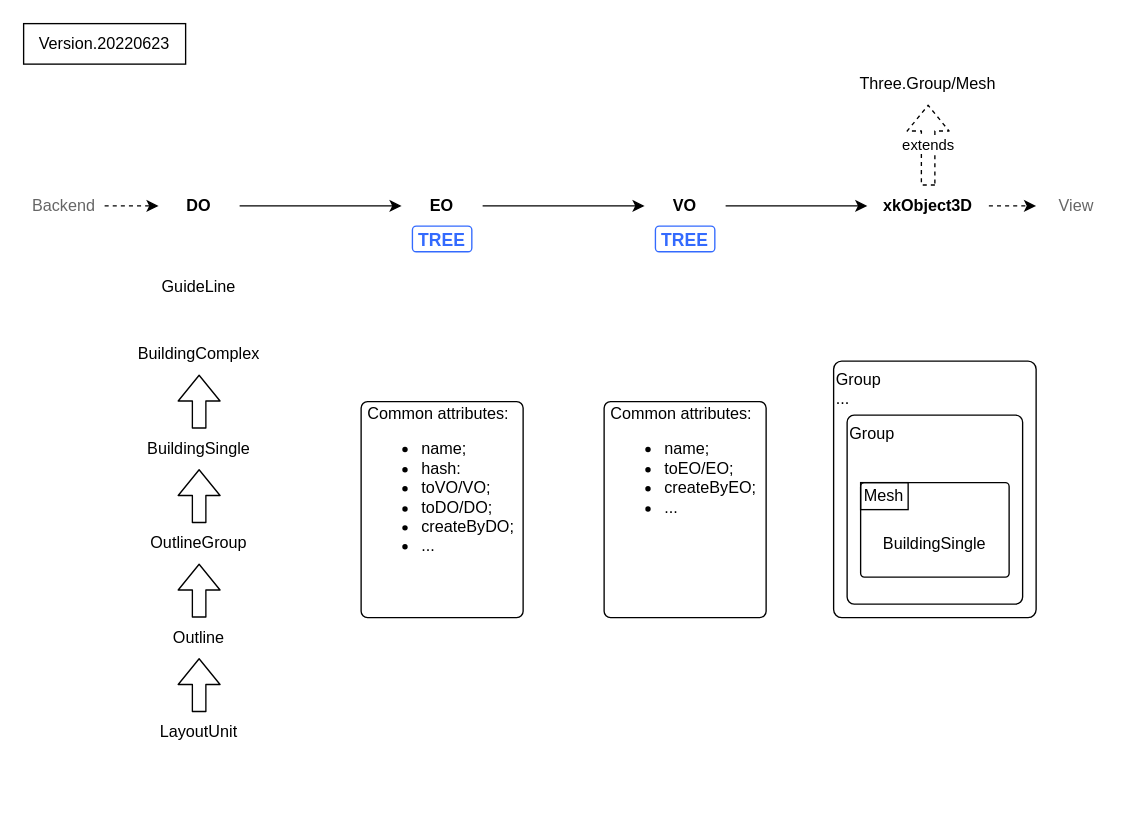
fqd511/charts keeps this draw.io diagram as page "EO" (2 of 2) of xk/refactor_roadmap_202204.drawio. Above is the earlier version. Source tidied: cells renumbered, new cells numbered last; positions are measured from the earlier drawing's top-left corner, leaving out a move shared by most shapes. Both pictures are drawn from the tidied source at 135%, with x=0, y=0 at pixel (23, 23).
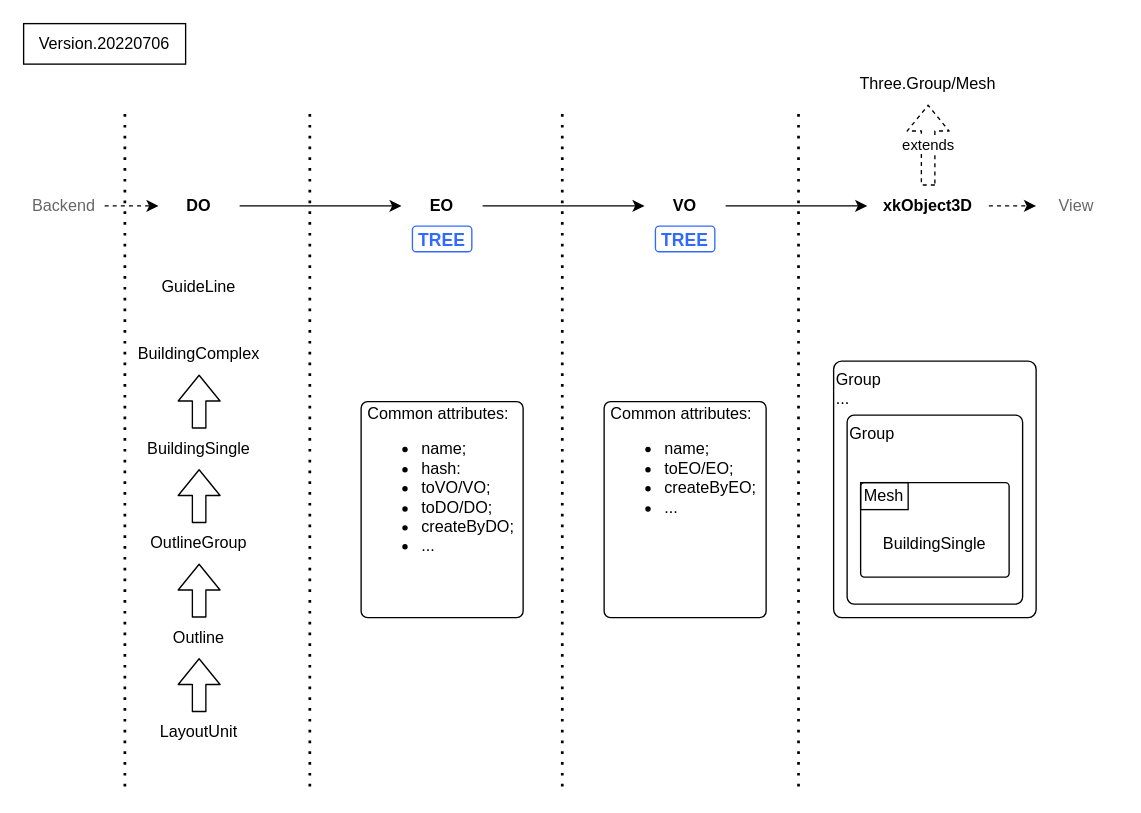
The same diagram, later.

The edit, as a diff of the source:
```diff
@@
-    <mxCell id="3" value="Version.20220623" style="rounded=0;whiteSpace=wrap;html=1;fillColor=none;" parent="1" vertex="1">
+    <mxCell id="3" value="Version.20220706" style="rounded=0;whiteSpace=wrap;html=1;fillColor=none;" parent="1" vertex="1">
       <mxGeometry width="120" height="30" as="geometry" />
     </mxCell>
@@
+    <mxCell id="35" style="endArrow=none;dashed=1;html=1;dashPattern=1 3;strokeWidth=2;rounded=0;" parent="1" edge="1">
+      <mxGeometry relative="1" as="geometry">
+        <mxPoint x="75" y="565" as="sourcePoint" />
+        <mxPoint x="75" y="65" as="targetPoint" />
+      </mxGeometry>
+    </mxCell>
+    <mxCell id="36" style="endArrow=none;dashed=1;html=1;dashPattern=1 3;strokeWidth=2;rounded=0;" parent="1" edge="1">
+      <mxGeometry relative="1" as="geometry">
+        <mxPoint x="212" y="565" as="sourcePoint" />
+        <mxPoint x="212" y="65" as="targetPoint" />
+      </mxGeometry>
+    </mxCell>
+    <mxCell id="37" style="endArrow=none;dashed=1;html=1;dashPattern=1 3;strokeWidth=2;rounded=0;" parent="1" edge="1">
+      <mxGeometry relative="1" as="geometry">
+        <mxPoint x="399" y="565" as="sourcePoint" />
+        <mxPoint x="399" y="65" as="targetPoint" />
+      </mxGeometry>
+    </mxCell>
+    <mxCell id="38" style="endArrow=none;dashed=1;html=1;dashPattern=1 3;strokeWidth=2;rounded=0;" parent="1" edge="1">
+      <mxGeometry relative="1" as="geometry">
+        <mxPoint x="574" y="565" as="sourcePoint" />
+        <mxPoint x="574" y="65" as="targetPoint" />
+      </mxGeometry>
+    </mxCell>
```
